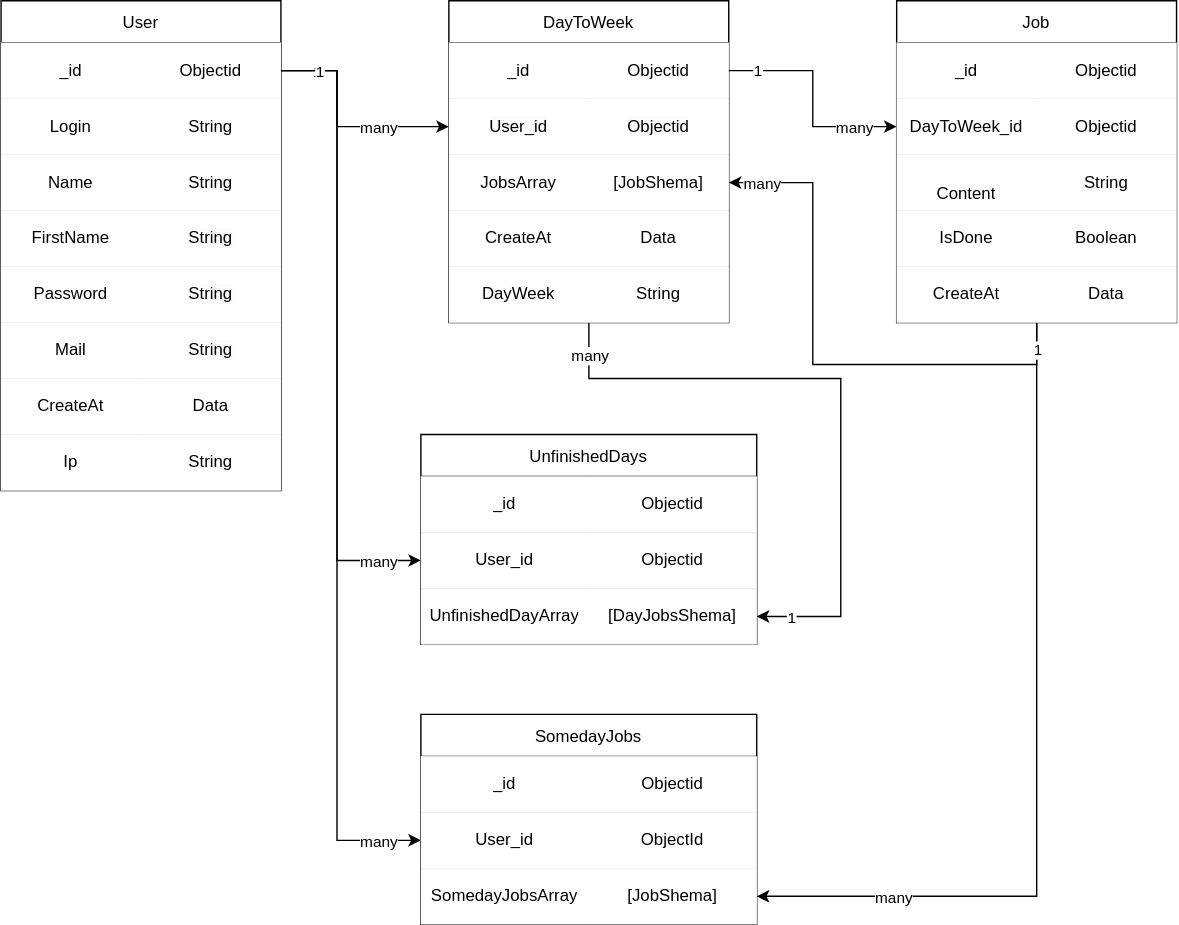
Before: FireWeekDiagram.drawio.svg, a diagram exported from draw.io (lambehorn/FireWeek). Source tidied: cells renumbered, new cells last; positions are measured from the earlier drawing's top-left corner, leaving out a move shared by most shapes.
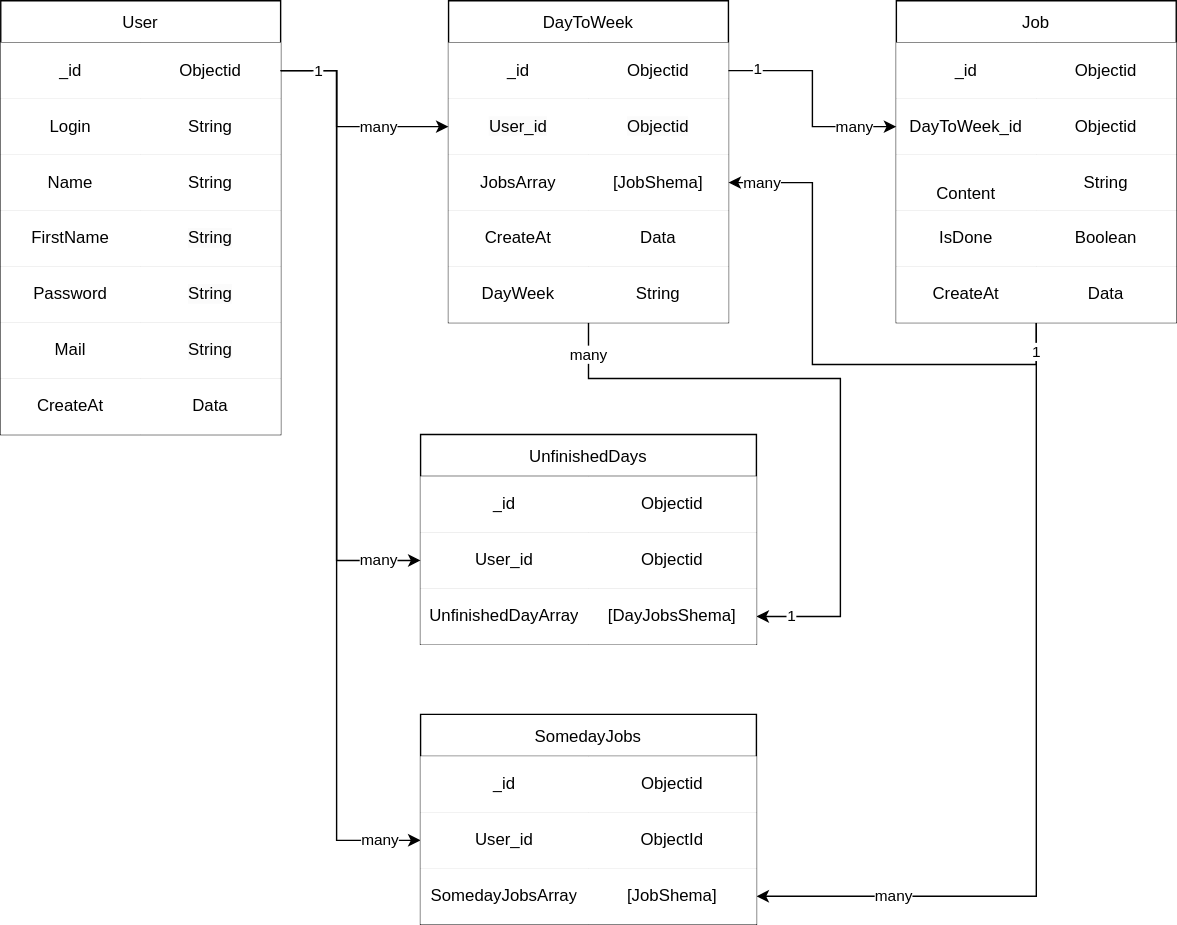
Above is the later version.

What changed in the source:
```diff
@@ -3,7 +3,7 @@
     <mxCell id="0" />
     <mxCell id="1" parent="0" />
     <mxCell id="2" value="User" style="shape=table;startSize=30;" parent="1" vertex="1">
-      <mxGeometry width="200" height="350" as="geometry" />
+      <mxGeometry width="200" height="310" as="geometry" />
     </mxCell>
     <mxCell id="3" style="shape=tableRow;horizontal=0;startSize=0;swimlaneHead=0;swimlaneBody=0;top=0;left=0;bottom=0;right=0;points=[[0,0.5],[1,0.5]];portConstraint=eastwest;" parent="2" vertex="1">
       <mxGeometry y="30" width="200" height="40" as="geometry" />
@@ -68,15 +68,6 @@
     <mxCell id="23" value="Data" style="shape=partialRectangle;html=1;whiteSpace=wrap;overflow=hidden;top=0;left=0;bottom=0;right=0;" parent="21" vertex="1">
       <mxGeometry x="100" width="100" height="40" as="geometry" />
     </mxCell>
-    <mxCell id="24" style="shape=tableRow;horizontal=0;startSize=0;swimlaneHead=0;swimlaneBody=0;top=0;left=0;bottom=0;right=0;" parent="2" vertex="1">
-      <mxGeometry y="310" width="200" height="40" as="geometry" />
-    </mxCell>
-    <mxCell id="25" value="Ip" style="shape=partialRectangle;html=1;whiteSpace=wrap;overflow=hidden;top=0;left=0;bottom=0;right=0;" parent="24" vertex="1">
-      <mxGeometry width="100" height="40" as="geometry" />
-    </mxCell>
-    <mxCell id="26" value="String" style="shape=partialRectangle;html=1;whiteSpace=wrap;overflow=hidden;top=0;left=0;bottom=0;right=0;" parent="24" vertex="1">
-      <mxGeometry x="100" width="100" height="40" as="geometry" />
-    </mxCell>
     <mxCell id="27" style="edgeStyle=orthogonalEdgeStyle;rounded=0;jettySize=auto;html=1;" parent="1" edge="1" source="30" target="80">
       <mxGeometry relative="1" as="geometry">
         <Array as="points">
```
